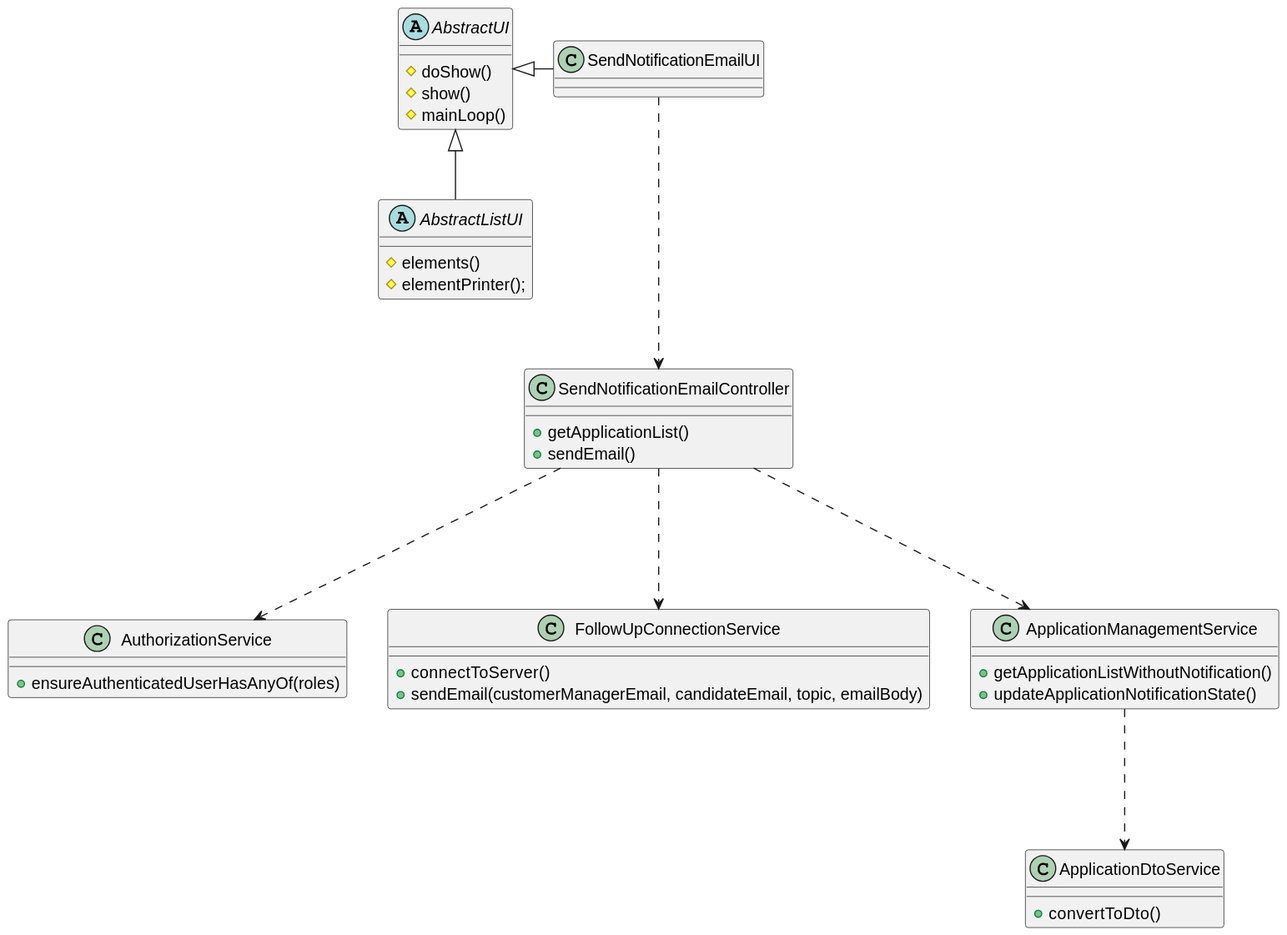
Above: docs/sprint-c/us_1016/cd/cd-us-1016.svg in rita-barbosa/LAPR4-2324 (PlantUML), before the change.
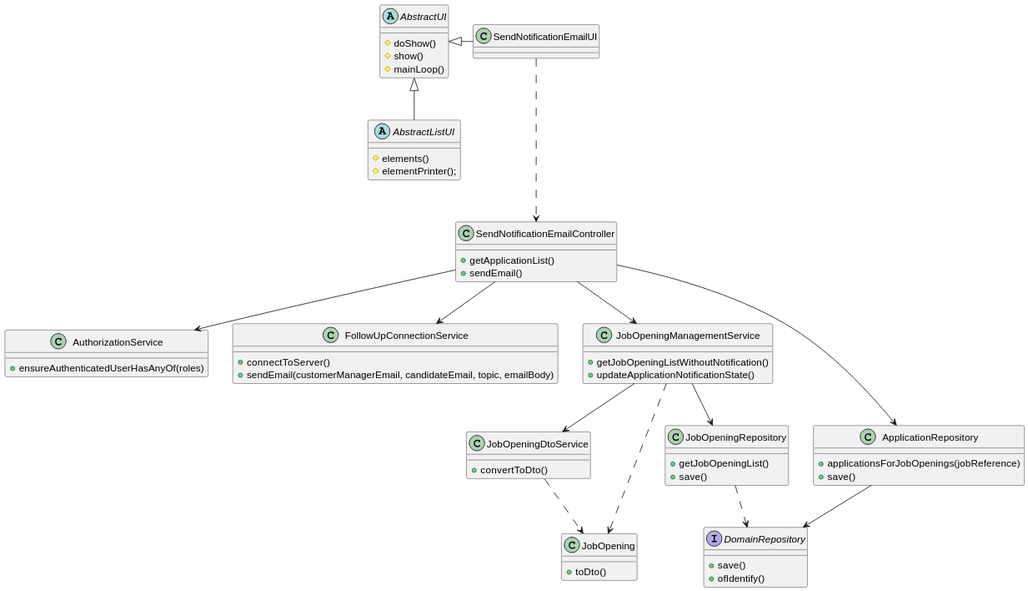
After the change.

The edit, as a diff of the source:
```diff
@@ -21,12 +21,22 @@
     + sendEmail(customerManagerEmail, candidateEmail, topic, emailBody)
 }
 
-class ApplicationManagementService {
-    + getApplicationListWithoutNotification()
+class JobOpeningManagementService {
+    + getJobOpeningListWithoutNotification()
     + updateApplicationNotificationState()
 }
-class ApplicationDtoService {
+class JobOpeningDtoService {
     + convertToDto()
+}
+
+class JobOpeningRepository{
+    + getJobOpeningList()
+    + save()
+}
+
+class ApplicationRepository{
+    + applicationsForJobOpenings(jobReference)
+    + save()
 }
 
 class SendNotificationEmailController  {
@@ -34,16 +44,31 @@
 + sendEmail()
 }
 
-
+class JobOpening{
+    + toDto()
+}
+Interface DomainRepository{
+    + save()
+    + ofIdentify()
+}
 
 AbstractUI <|-- AbstractListUI
 AbstractUI <|- SendNotificationEmailUI
 
 
 SendNotificationEmailUI .--> SendNotificationEmailController
-SendNotificationEmailController .--> AuthorizationService
-SendNotificationEmailController .--> ApplicationManagementService
-SendNotificationEmailController .--> FollowUpConnectionService
+SendNotificationEmailController --> AuthorizationService
+SendNotificationEmailController --> JobOpeningManagementService
+SendNotificationEmailController --> FollowUpConnectionService
+SendNotificationEmailController --> ApplicationRepository
 
-ApplicationManagementService .--> ApplicationDtoService
+JobOpeningManagementService --> JobOpeningDtoService
+JobOpeningManagementService ..> JobOpening
+JobOpeningManagementService --> JobOpeningRepository
+
+JobOpeningDtoService ..> JobOpening
+
+JobOpeningRepository ..> DomainRepository
+
+ApplicationRepository --> DomainRepository
 @enduml
```
